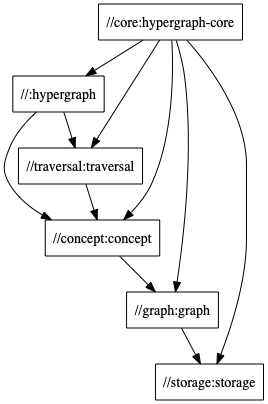
typedb/typedb keeps this Graphviz diagram as diagrams/package-structure.png. Above is the earlier version. Its source is kept beside it as diagrams/package-structure.dot.
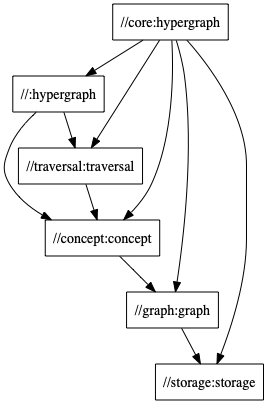
Later version of the same file.

Commit message:
Fixed diagram instructions

Diff of the diagram source:
```diff
@@ -1,11 +1,11 @@
 digraph mygraph {
   node [shape=box];
-  "//core:hypergraph-core"
-  "//core:hypergraph-core" -> "//:hypergraph"
-  "//core:hypergraph-core" -> "//concept:concept"
-  "//core:hypergraph-core" -> "//traversal:traversal"
-  "//core:hypergraph-core" -> "//graph:graph"
-  "//core:hypergraph-core" -> "//storage:storage"
+  "//core:hypergraph"
+  "//core:hypergraph" -> "//:hypergraph"
+  "//core:hypergraph" -> "//concept:concept"
+  "//core:hypergraph" -> "//traversal:traversal"
+  "//core:hypergraph" -> "//graph:graph"
+  "//core:hypergraph" -> "//storage:storage"
   "//:hypergraph"
   "//:hypergraph" -> "//concept:concept"
   "//:hypergraph" -> "//traversal:traversal"
```
